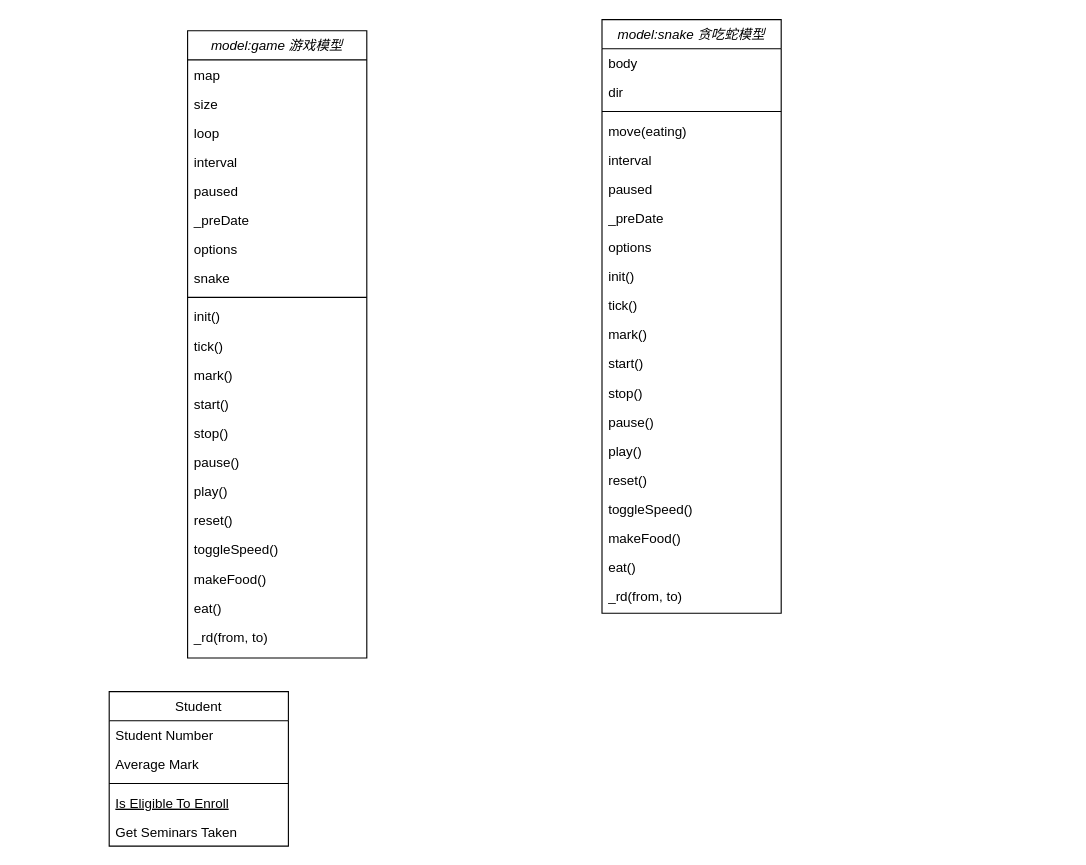
Above: westore122.drawio in Ekko306/diagrams.net (draw.io), before the change. Source tidied: cells renumbered, new cells numbered last; positions are measured from the earlier drawing's top-left corner, leaving out a move shared by most shapes. Both pictures are drawn from the tidied source at 112%, with x=0, y=0 at pixel (109, 19).
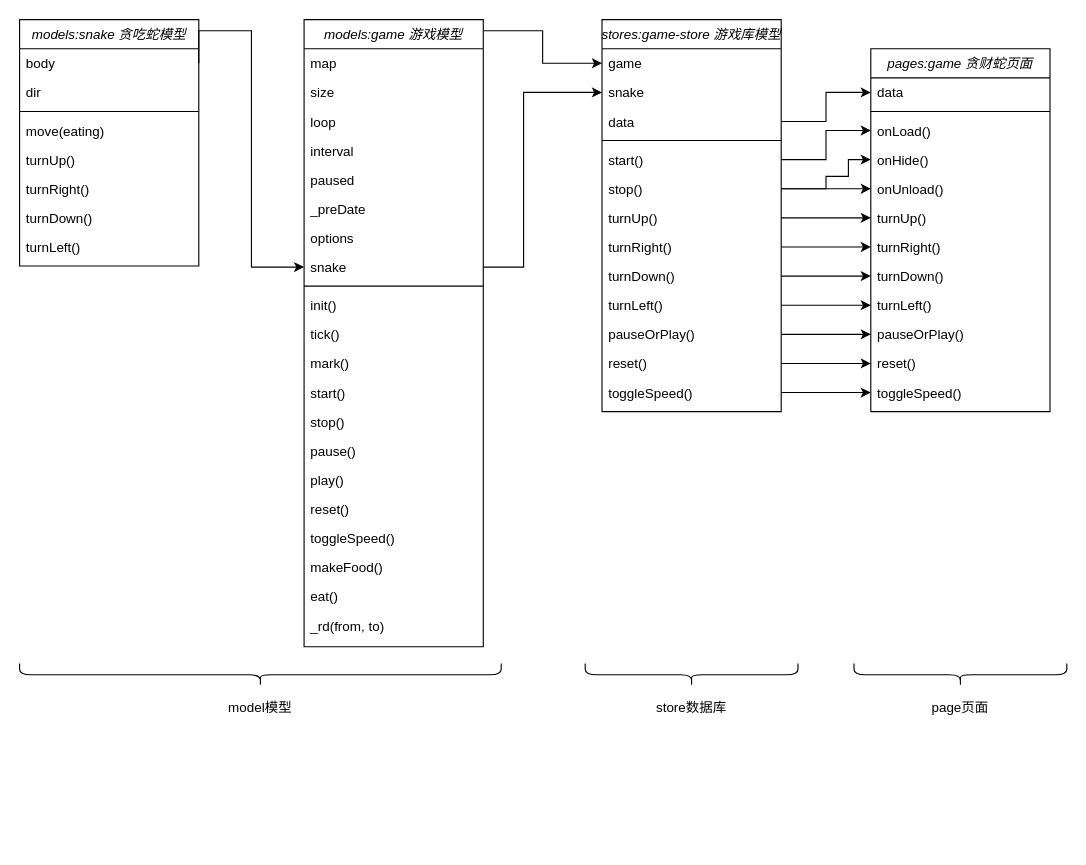
Above is the later version.

Unchanged cells that the change refers to:
```xml
<mxCell id="10" value="snake" style="text;align=left;verticalAlign=top;spacingLeft=4;spacingRight=4;overflow=hidden;points=[[0,0.5],[1,0.5]];portConstraint=eastwest;rounded=0;shadow=0;html=0;" parent="2" vertex="1">
  <mxGeometry y="208" width="160" height="26" as="geometry" />
</mxCell>
<mxCell id="31" value="body" style="text;align=left;verticalAlign=top;spacingLeft=4;spacingRight=4;overflow=hidden;points=[[0,0.5],[1,0.5]];portConstraint=eastwest;" parent="30" vertex="1">
  <mxGeometry y="26" width="160" height="26" as="geometry" />
</mxCell>
```

Change to the diagram source:
```diff
@@
+    <mxCell id="51" style="edgeStyle=orthogonalEdgeStyle;rounded=0;jettySize=auto;html=1;" parent="1" edge="1" source="2" target="53">
+      <mxGeometry relative="1" as="geometry">
+        <Array as="points">
+          <mxPoint x="387" y="10" />
+          <mxPoint x="387" y="39" />
+        </Array>
+      </mxGeometry>
+    </mxCell>
-    <mxCell id="2" value="model:game 游戏模型" style="swimlane;fontStyle=2;align=center;verticalAlign=top;horizontal=1;startSize=26;rounded=0;shadow=0;strokeWidth=1;" parent="1" vertex="1">
-      <mxGeometry x="70" y="10" width="160" height="560" as="geometry" />
+    <mxCell id="2" value="models:game 游戏模型" style="swimlane;fontStyle=2;align=center;verticalAlign=top;horizontal=1;startSize=26;rounded=0;shadow=0;strokeWidth=1;" parent="1" vertex="1">
+      <mxGeometry x="174" width="160" height="560" as="geometry" />
     </mxCell>
@@
-    <mxCell id="24" value="Student" style="swimlane;fontStyle=0;align=center;verticalAlign=top;horizontal=1;startSize=26;rounded=0;shadow=0;strokeWidth=1;" parent="1" vertex="1">
-      <mxGeometry y="600" width="160" height="138" as="geometry" />
-    </mxCell>
-    <mxCell id="25" value="Student Number" style="text;align=left;verticalAlign=top;spacingLeft=4;spacingRight=4;overflow=hidden;" parent="24" vertex="1">
-      <mxGeometry y="26" width="160" height="26" as="geometry" />
-    </mxCell>
-    <mxCell id="26" value="Average Mark" style="text;align=left;verticalAlign=top;spacingLeft=4;spacingRight=4;overflow=hidden;rounded=0;shadow=0;html=0;" parent="24" vertex="1">
-      <mxGeometry y="52" width="160" height="26" as="geometry" />
-    </mxCell>
-    <mxCell id="27" style="line;html=1;strokeWidth=1;align=left;verticalAlign=middle;spacingTop=-1;spacingLeft=3;spacingRight=3;labelPosition=right;" parent="24" vertex="1">
-      <mxGeometry y="78" width="160" height="8" as="geometry" />
-    </mxCell>
-    <mxCell id="28" value="Is Eligible To Enroll" style="text;align=left;verticalAlign=top;spacingLeft=4;spacingRight=4;overflow=hidden;fontStyle=4;" parent="24" vertex="1">
-      <mxGeometry y="86" width="160" height="26" as="geometry" />
-    </mxCell>
-    <mxCell id="29" value="Get Seminars Taken" style="text;align=left;verticalAlign=top;spacingLeft=4;spacingRight=4;overflow=hidden;" parent="24" vertex="1">
-      <mxGeometry y="112" width="160" height="26" as="geometry" />
-    </mxCell>
-    <mxCell id="30" value="model:snake 贪吃蛇模型" style="swimlane;fontStyle=2;align=center;verticalAlign=top;horizontal=1;startSize=26;rounded=0;shadow=0;strokeWidth=1;" parent="1" vertex="1">
-      <mxGeometry x="440" width="160" height="530" as="geometry" />
+    <mxCell id="30" value="models:snake 贪吃蛇模型" style="swimlane;fontStyle=2;align=center;verticalAlign=top;horizontal=1;startSize=26;rounded=0;shadow=0;strokeWidth=1;" parent="1" vertex="1">
+      <mxGeometry x="-80" width="160" height="220" as="geometry" />
     </mxCell>
@@
-    <mxCell id="35" value="interval" style="text;align=left;verticalAlign=top;spacingLeft=4;spacingRight=4;overflow=hidden;" parent="30" vertex="1">
+    <mxCell id="35" value="turnUp()" style="text;align=left;verticalAlign=top;spacingLeft=4;spacingRight=4;overflow=hidden;" parent="30" vertex="1">
       <mxGeometry y="112" width="160" height="26" as="geometry" />
     </mxCell>
-    <mxCell id="36" value="paused" style="text;align=left;verticalAlign=top;spacingLeft=4;spacingRight=4;overflow=hidden;rounded=0;shadow=0;html=0;" parent="30" vertex="1">
+    <mxCell id="36" value="turnRight()" style="text;align=left;verticalAlign=top;spacingLeft=4;spacingRight=4;overflow=hidden;rounded=0;shadow=0;html=0;" parent="30" vertex="1">
       <mxGeometry y="138" width="160" height="26" as="geometry" />
     </mxCell>
-    <mxCell id="37" value="_preDate" style="text;align=left;verticalAlign=top;spacingLeft=4;spacingRight=4;overflow=hidden;rounded=0;shadow=0;html=0;" parent="30" vertex="1">
+    <mxCell id="37" value="turnDown()" style="text;align=left;verticalAlign=top;spacingLeft=4;spacingRight=4;overflow=hidden;rounded=0;shadow=0;html=0;" parent="30" vertex="1">
       <mxGeometry y="164" width="160" height="26" as="geometry" />
     </mxCell>
-    <mxCell id="38" value="options" style="text;align=left;verticalAlign=top;spacingLeft=4;spacingRight=4;overflow=hidden;rounded=0;shadow=0;html=0;" parent="30" vertex="1">
+    <mxCell id="38" value="turnLeft()" style="text;align=left;verticalAlign=top;spacingLeft=4;spacingRight=4;overflow=hidden;rounded=0;shadow=0;html=0;" parent="30" vertex="1">
       <mxGeometry y="190" width="160" height="26" as="geometry" />
     </mxCell>
-    <mxCell id="39" value="init()" style="text;align=left;verticalAlign=top;spacingLeft=4;spacingRight=4;overflow=hidden;rounded=0;shadow=0;html=0;" parent="30" vertex="1">
-      <mxGeometry y="216" width="160" height="26" as="geometry" />
-    </mxCell>
-    <mxCell id="40" value="tick()" style="text;align=left;verticalAlign=top;spacingLeft=4;spacingRight=4;overflow=hidden;rounded=0;shadow=0;html=0;" parent="30" vertex="1">
-      <mxGeometry y="242" width="160" height="26" as="geometry" />
-    </mxCell>
-    <mxCell id="41" value="mark()" style="text;align=left;verticalAlign=top;spacingLeft=4;spacingRight=4;overflow=hidden;rounded=0;shadow=0;html=0;" parent="30" vertex="1">
-      <mxGeometry y="268" width="160" height="26" as="geometry" />
-    </mxCell>
+    <mxCell id="52" value="stores:game-store 游戏库模型" style="swimlane;fontStyle=2;align=center;verticalAlign=top;horizontal=1;startSize=26;rounded=0;shadow=0;strokeWidth=1;" parent="1" vertex="1">
+      <mxGeometry x="440" width="160" height="350" as="geometry" />
+    </mxCell>
+    <mxCell id="53" value="game" style="text;align=left;verticalAlign=top;spacingLeft=4;spacingRight=4;overflow=hidden;points=[[0,0.5],[1,0.5]];portConstraint=eastwest;" parent="52" vertex="1">
+      <mxGeometry y="26" width="160" height="26" as="geometry" />
+    </mxCell>
+    <mxCell id="54" value="snake" style="text;align=left;verticalAlign=top;spacingLeft=4;spacingRight=4;overflow=hidden;points=[[0,0.5],[1,0.5]];portConstraint=eastwest;rounded=0;shadow=0;html=0;" parent="52" vertex="1">
+      <mxGeometry y="52" width="160" height="26" as="geometry" />
+    </mxCell>
+    <mxCell id="55" value="data" style="text;align=left;verticalAlign=top;spacingLeft=4;spacingRight=4;overflow=hidden;points=[[0,0.5],[1,0.5]];portConstraint=eastwest;rounded=0;shadow=0;html=0;" parent="52" vertex="1">
+      <mxGeometry y="78" width="160" height="26" as="geometry" />
+    </mxCell>
+    <mxCell id="56" style="line;html=1;strokeWidth=1;align=left;verticalAlign=middle;spacingTop=-1;spacingLeft=3;spacingRight=3;labelPosition=right;" parent="52" vertex="1">
+      <mxGeometry y="104" width="160" height="8" as="geometry" />
+    </mxCell>
-    <mxCell id="42" value="start()" style="text;align=left;verticalAlign=top;spacingLeft=4;spacingRight=4;overflow=hidden;points=[[0,0.5],[1,0.5]];portConstraint=eastwest;rounded=0;shadow=0;html=0;" parent="30" vertex="1">
-      <mxGeometry y="294" width="160" height="26" as="geometry" />
+    <mxCell id="42" value="start() " style="text;align=left;verticalAlign=top;spacingLeft=4;spacingRight=4;overflow=hidden;points=[[0,0.5],[1,0.5]];portConstraint=eastwest;" parent="52" vertex="1">
+      <mxGeometry y="112" width="160" height="26" as="geometry" />
     </mxCell>
-    <mxCell id="43" value="stop()" style="text;align=left;verticalAlign=top;spacingLeft=4;spacingRight=4;overflow=hidden;points=[[0,0.5],[1,0.5]];portConstraint=eastwest;rounded=0;shadow=0;html=0;" parent="30" vertex="1">
-      <mxGeometry y="320" width="160" height="26" as="geometry" />
+    <mxCell id="43" value="stop()" style="text;align=left;verticalAlign=top;spacingLeft=4;spacingRight=4;overflow=hidden;points=[[0,0.5],[1,0.5]];portConstraint=eastwest;rounded=0;shadow=0;html=0;" parent="52" vertex="1">
+      <mxGeometry y="138" width="160" height="26" as="geometry" />
     </mxCell>
-    <mxCell id="44" value="pause()" style="text;align=left;verticalAlign=top;spacingLeft=4;spacingRight=4;overflow=hidden;rounded=0;shadow=0;html=0;" parent="30" vertex="1">
-      <mxGeometry y="346" width="160" height="26" as="geometry" />
-    </mxCell>
-    <mxCell id="45" value="play()" style="text;align=left;verticalAlign=top;spacingLeft=4;spacingRight=4;overflow=hidden;rounded=0;shadow=0;html=0;" parent="30" vertex="1">
-      <mxGeometry y="372" width="160" height="26" as="geometry" />
-    </mxCell>
-    <mxCell id="46" value="reset()" style="text;align=left;verticalAlign=top;spacingLeft=4;spacingRight=4;overflow=hidden;rounded=0;shadow=0;html=0;" parent="30" vertex="1">
-      <mxGeometry y="398" width="160" height="26" as="geometry" />
-    </mxCell>
-    <mxCell id="47" value="toggleSpeed()" style="text;align=left;verticalAlign=top;spacingLeft=4;spacingRight=4;overflow=hidden;rounded=0;shadow=0;html=0;" parent="30" vertex="1">
-      <mxGeometry y="424" width="160" height="26" as="geometry" />
-    </mxCell>
-    <mxCell id="48" value="makeFood()" style="text;align=left;verticalAlign=top;spacingLeft=4;spacingRight=4;overflow=hidden;rounded=0;shadow=0;html=0;" parent="30" vertex="1">
-      <mxGeometry y="450" width="160" height="26" as="geometry" />
-    </mxCell>
-    <mxCell id="49" value="eat()" style="text;align=left;verticalAlign=top;spacingLeft=4;spacingRight=4;overflow=hidden;rounded=0;shadow=0;html=0;" parent="30" vertex="1">
-      <mxGeometry y="476" width="160" height="26" as="geometry" />
-    </mxCell>
-    <mxCell id="50" value="_rd(from, to)" style="text;align=left;verticalAlign=top;spacingLeft=4;spacingRight=4;overflow=hidden;rounded=0;shadow=0;html=0;" parent="30" vertex="1">
-      <mxGeometry y="502" width="160" height="26" as="geometry" />
-    </mxCell>
+    <mxCell id="57" value="turnUp()" style="text;align=left;verticalAlign=top;spacingLeft=4;spacingRight=4;overflow=hidden;points=[[0,0.5],[1,0.5]];portConstraint=eastwest;rounded=0;shadow=0;html=0;" parent="52" vertex="1">
+      <mxGeometry y="164" width="160" height="26" as="geometry" />
+    </mxCell>
+    <mxCell id="58" value="turnRight()" style="text;align=left;verticalAlign=top;spacingLeft=4;spacingRight=4;overflow=hidden;points=[[0,0.5],[1,0.5]];portConstraint=eastwest;rounded=0;shadow=0;html=0;" parent="52" vertex="1">
+      <mxGeometry y="190" width="160" height="26" as="geometry" />
+    </mxCell>
+    <mxCell id="59" value="turnDown()" style="text;align=left;verticalAlign=top;spacingLeft=4;spacingRight=4;overflow=hidden;points=[[0,0.5],[1,0.5]];portConstraint=eastwest;rounded=0;shadow=0;html=0;" parent="52" vertex="1">
+      <mxGeometry y="216" width="160" height="26" as="geometry" />
+    </mxCell>
+    <mxCell id="60" value="turnLeft()" style="text;align=left;verticalAlign=top;spacingLeft=4;spacingRight=4;overflow=hidden;points=[[0,0.5],[1,0.5]];portConstraint=eastwest;rounded=0;shadow=0;html=0;" parent="52" vertex="1">
+      <mxGeometry y="242" width="160" height="26" as="geometry" />
+    </mxCell>
+    <mxCell id="61" value="pauseOrPlay()" style="text;align=left;verticalAlign=top;spacingLeft=4;spacingRight=4;overflow=hidden;points=[[0,0.5],[1,0.5]];portConstraint=eastwest;rounded=0;shadow=0;html=0;" parent="52" vertex="1">
+      <mxGeometry y="268" width="160" height="26" as="geometry" />
+    </mxCell>
+    <mxCell id="62" value="reset()" style="text;align=left;verticalAlign=top;spacingLeft=4;spacingRight=4;overflow=hidden;points=[[0,0.5],[1,0.5]];portConstraint=eastwest;rounded=0;shadow=0;html=0;" parent="52" vertex="1">
+      <mxGeometry y="294" width="160" height="26" as="geometry" />
+    </mxCell>
+    <mxCell id="63" value="toggleSpeed()" style="text;align=left;verticalAlign=top;spacingLeft=4;spacingRight=4;overflow=hidden;points=[[0,0.5],[1,0.5]];portConstraint=eastwest;rounded=0;shadow=0;html=0;" parent="52" vertex="1">
+      <mxGeometry y="320" width="160" height="26" as="geometry" />
+    </mxCell>
+    <mxCell id="64" style="edgeStyle=orthogonalEdgeStyle;rounded=0;jettySize=auto;html=1;entryX=0;entryY=0.5;entryDx=0;entryDy=0;" parent="1" edge="1" source="10" target="54">
+      <mxGeometry relative="1" as="geometry">
+        <Array as="points">
+          <mxPoint x="370" y="221" />
+          <mxPoint x="370" y="65" />
+        </Array>
+      </mxGeometry>
+    </mxCell>
+    <mxCell id="65" style="edgeStyle=orthogonalEdgeStyle;rounded=0;jettySize=auto;html=1;exitX=1;exitY=0.5;exitDx=0;exitDy=0;entryX=0;entryY=0.5;entryDx=0;entryDy=0;" parent="1" edge="1" source="31" target="10">
+      <mxGeometry relative="1" as="geometry">
+        <Array as="points">
+          <mxPoint x="80" y="10" />
+          <mxPoint x="127" y="10" />
+          <mxPoint x="127" y="221" />
+        </Array>
+      </mxGeometry>
+    </mxCell>
+    <mxCell id="66" value="pages:game 贪财蛇页面" style="swimlane;fontStyle=2;align=center;verticalAlign=top;horizontal=1;startSize=26;rounded=0;shadow=0;strokeWidth=1;" parent="1" vertex="1">
+      <mxGeometry x="680" y="26" width="160" height="324" as="geometry" />
+    </mxCell>
+    <mxCell id="67" value="data" style="text;align=left;verticalAlign=top;spacingLeft=4;spacingRight=4;overflow=hidden;points=[[0,0.5],[1,0.5]];portConstraint=eastwest;" parent="66" vertex="1">
+      <mxGeometry y="26" width="160" height="26" as="geometry" />
+    </mxCell>
+    <mxCell id="68" style="line;html=1;strokeWidth=1;align=left;verticalAlign=middle;spacingTop=-1;spacingLeft=3;spacingRight=3;labelPosition=right;" parent="66" vertex="1">
+      <mxGeometry y="52" width="160" height="8" as="geometry" />
+    </mxCell>
+    <mxCell id="69" value="onLoad()" style="text;align=left;verticalAlign=top;spacingLeft=4;spacingRight=4;overflow=hidden;points=[[0,0.5],[1,0.5]];portConstraint=eastwest;rounded=0;shadow=0;html=0;" parent="66" vertex="1">
+      <mxGeometry y="60" width="160" height="26" as="geometry" />
+    </mxCell>
+    <mxCell id="70" value="onHide()" style="text;align=left;verticalAlign=top;spacingLeft=4;spacingRight=4;overflow=hidden;points=[[0,0.5],[1,0.5]];portConstraint=eastwest;rounded=0;shadow=0;html=0;" parent="66" vertex="1">
+      <mxGeometry y="86" width="160" height="26" as="geometry" />
+    </mxCell>
+    <mxCell id="71" value="onUnload()" style="text;align=left;verticalAlign=top;spacingLeft=4;spacingRight=4;overflow=hidden;points=[[0,0.5],[1,0.5]];portConstraint=eastwest;" parent="66" vertex="1">
+      <mxGeometry y="112" width="160" height="26" as="geometry" />
+    </mxCell>
+    <mxCell id="72" value="turnUp()" style="text;align=left;verticalAlign=top;spacingLeft=4;spacingRight=4;overflow=hidden;points=[[0,0.5],[1,0.5]];portConstraint=eastwest;rounded=0;shadow=0;html=0;" parent="66" vertex="1">
+      <mxGeometry y="138" width="160" height="26" as="geometry" />
+    </mxCell>
+    <mxCell id="73" value="turnRight()" style="text;align=left;verticalAlign=top;spacingLeft=4;spacingRight=4;overflow=hidden;points=[[0,0.5],[1,0.5]];portConstraint=eastwest;rounded=0;shadow=0;html=0;" parent="66" vertex="1">
+      <mxGeometry y="164" width="160" height="26" as="geometry" />
+    </mxCell>
+    <mxCell id="74" value="turnDown()" style="text;align=left;verticalAlign=top;spacingLeft=4;spacingRight=4;overflow=hidden;points=[[0,0.5],[1,0.5]];portConstraint=eastwest;rounded=0;shadow=0;html=0;" parent="66" vertex="1">
+      <mxGeometry y="190" width="160" height="26" as="geometry" />
+    </mxCell>
+    <mxCell id="75" value="turnLeft()" style="text;align=left;verticalAlign=top;spacingLeft=4;spacingRight=4;overflow=hidden;points=[[0,0.5],[1,0.5]];portConstraint=eastwest;rounded=0;shadow=0;html=0;" parent="66" vertex="1">
+      <mxGeometry y="216" width="160" height="26" as="geometry" />
+    </mxCell>
+    <mxCell id="76" value="pauseOrPlay()" style="text;align=left;verticalAlign=top;spacingLeft=4;spacingRight=4;overflow=hidden;points=[[0,0.5],[1,0.5]];portConstraint=eastwest;rounded=0;shadow=0;html=0;" parent="66" vertex="1">
+      <mxGeometry y="242" width="160" height="26" as="geometry" />
+    </mxCell>
+    <mxCell id="77" value="reset()" style="text;align=left;verticalAlign=top;spacingLeft=4;spacingRight=4;overflow=hidden;points=[[0,0.5],[1,0.5]];portConstraint=eastwest;rounded=0;shadow=0;html=0;" parent="66" vertex="1">
+      <mxGeometry y="268" width="160" height="26" as="geometry" />
+    </mxCell>
+    <mxCell id="78" value="toggleSpeed()" style="text;align=left;verticalAlign=top;spacingLeft=4;spacingRight=4;overflow=hidden;points=[[0,0.5],[1,0.5]];portConstraint=eastwest;rounded=0;shadow=0;html=0;" parent="66" vertex="1">
+      <mxGeometry y="294" width="160" height="26" as="geometry" />
+    </mxCell>
+    <mxCell id="79" style="edgeStyle=orthogonalEdgeStyle;rounded=0;jettySize=auto;html=1;" parent="1" edge="1" source="55" target="67">
+      <mxGeometry relative="1" as="geometry" />
+    </mxCell>
+    <mxCell id="80" style="edgeStyle=orthogonalEdgeStyle;rounded=0;jettySize=auto;html=1;entryX=0;entryY=0.5;entryDx=0;entryDy=0;" parent="1" edge="1" source="57" target="72">
+      <mxGeometry relative="1" as="geometry" />
+    </mxCell>
+    <mxCell id="81" style="edgeStyle=orthogonalEdgeStyle;rounded=0;jettySize=auto;html=1;entryX=0;entryY=0.5;entryDx=0;entryDy=0;" parent="1" edge="1" source="58" target="73">
+      <mxGeometry relative="1" as="geometry" />
+    </mxCell>
+    <mxCell id="82" style="edgeStyle=orthogonalEdgeStyle;rounded=0;jettySize=auto;html=1;entryX=0;entryY=0.5;entryDx=0;entryDy=0;" parent="1" edge="1" source="59" target="74">
+      <mxGeometry relative="1" as="geometry" />
+    </mxCell>
+    <mxCell id="83" style="edgeStyle=orthogonalEdgeStyle;rounded=0;jettySize=auto;html=1;entryX=0;entryY=0.5;entryDx=0;entryDy=0;" parent="1" edge="1" source="60" target="75">
+      <mxGeometry relative="1" as="geometry" />
+    </mxCell>
+    <mxCell id="84" style="edgeStyle=orthogonalEdgeStyle;rounded=0;jettySize=auto;html=1;entryX=0;entryY=0.5;entryDx=0;entryDy=0;" parent="1" edge="1" source="61" target="76">
+      <mxGeometry relative="1" as="geometry" />
+    </mxCell>
+    <mxCell id="85" style="edgeStyle=orthogonalEdgeStyle;rounded=0;jettySize=auto;html=1;entryX=0;entryY=0.5;entryDx=0;entryDy=0;" parent="1" edge="1" source="62" target="77">
+      <mxGeometry relative="1" as="geometry" />
+    </mxCell>
+    <mxCell id="86" style="edgeStyle=orthogonalEdgeStyle;rounded=0;jettySize=auto;html=1;entryX=0;entryY=0.5;entryDx=0;entryDy=0;" parent="1" edge="1" source="63" target="78">
+      <mxGeometry relative="1" as="geometry" />
+    </mxCell>
+    <mxCell id="87" style="edgeStyle=orthogonalEdgeStyle;rounded=0;jettySize=auto;html=1;entryX=0;entryY=0.5;entryDx=0;entryDy=0;" parent="1" edge="1" source="42" target="69">
+      <mxGeometry relative="1" as="geometry" />
+    </mxCell>
+    <mxCell id="88" style="edgeStyle=orthogonalEdgeStyle;rounded=0;jettySize=auto;html=1;entryX=0;entryY=0.5;entryDx=0;entryDy=0;" parent="1" edge="1" source="43" target="71">
+      <mxGeometry relative="1" as="geometry" />
+    </mxCell>
+    <mxCell id="89" style="shape=curlyBracket;whiteSpace=wrap;html=1;rounded=1;rotation=-90;" parent="1" vertex="1">
+      <mxGeometry x="125" y="370" width="20" height="430" as="geometry" />
+    </mxCell>
+    <mxCell id="90" value="model模型" style="text;html=1;strokeColor=none;fillColor=none;align=center;verticalAlign=middle;whiteSpace=wrap;rounded=0;" parent="1" vertex="1">
+      <mxGeometry x="105" y="600" width="60" height="30" as="geometry" />
+    </mxCell>
+    <mxCell id="91" style="shape=curlyBracket;whiteSpace=wrap;html=1;rounded=1;rotation=-90;" parent="1" vertex="1">
+      <mxGeometry x="510" y="490" width="20" height="190" as="geometry" />
+    </mxCell>
+    <mxCell id="92" value="store数据库" style="text;html=1;strokeColor=none;fillColor=none;align=center;verticalAlign=middle;whiteSpace=wrap;rounded=0;" parent="1" vertex="1">
+      <mxGeometry x="485" y="600" width="70" height="30" as="geometry" />
+    </mxCell>
+    <mxCell id="93" style="shape=curlyBracket;whiteSpace=wrap;html=1;rounded=1;rotation=-90;" parent="1" vertex="1">
+      <mxGeometry x="750" y="490" width="20" height="190" as="geometry" />
+    </mxCell>
+    <mxCell id="94" value="page页面" style="text;html=1;strokeColor=none;fillColor=none;align=center;verticalAlign=middle;whiteSpace=wrap;rounded=0;" parent="1" vertex="1">
+      <mxGeometry x="725" y="600" width="70" height="30" as="geometry" />
+    </mxCell>
+    <mxCell id="95" style="edgeStyle=orthogonalEdgeStyle;rounded=0;jettySize=auto;html=1;entryX=0;entryY=0.5;entryDx=0;entryDy=0;" parent="1" edge="1" source="43" target="70">
+      <mxGeometry relative="1" as="geometry">
+        <Array as="points">
+          <mxPoint x="640" y="151" />
+          <mxPoint x="640" y="140" />
+          <mxPoint x="660" y="140" />
+          <mxPoint x="660" y="125" />
+        </Array>
+      </mxGeometry>
+    </mxCell>
```
